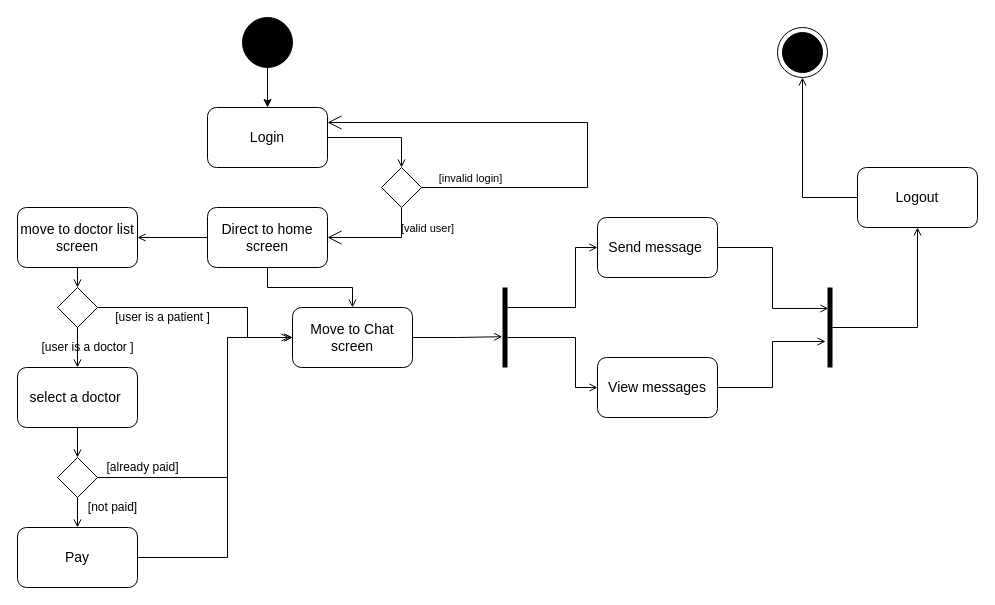
Earlier version of the draw.io diagram page "activity diagram" (14 of 14) of stqa.drawio (MohitBurkule/doctorconnect). Source tidied: cells renumbered, new cells numbered last; positions are measured from the earlier drawing's top-left corner, leaving out a move shared by most shapes. Both pictures are drawn from the tidied source at 100%, with x=0, y=0 at pixel (17, 17).
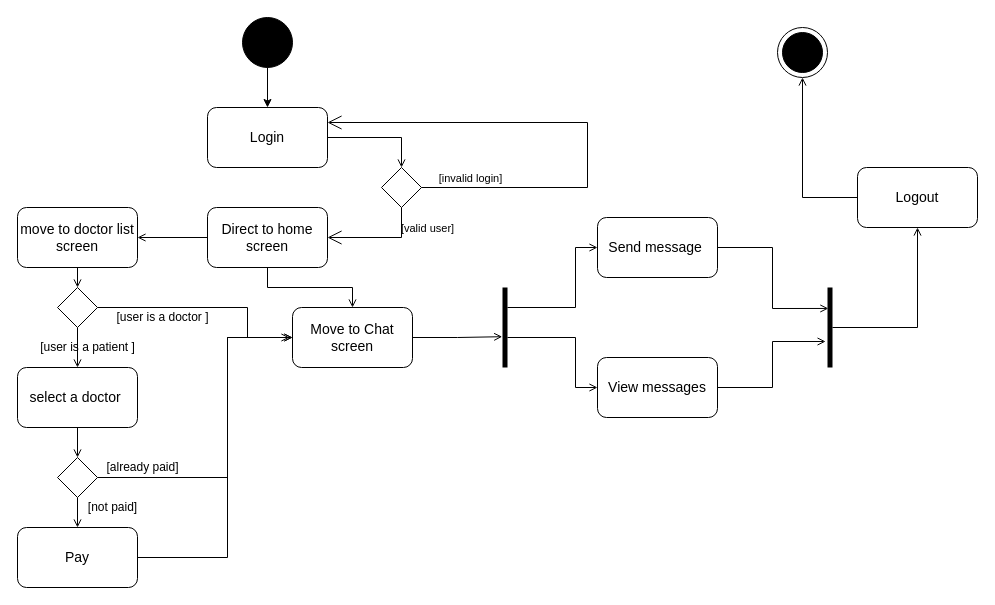
Above is the later version.

Diff of the diagram source:
```diff
@@
-    <mxCell id="42" value="[user is a doctor ]" style="text;html=1;align=center;verticalAlign=middle;" parent="1" vertex="1">
+    <mxCell id="42" value="[user is a patient ]" style="text;html=1;align=center;verticalAlign=middle;" parent="1" vertex="1">
       <mxGeometry x="15" y="320" width="110" height="20" as="geometry" />
     </mxCell>
-    <mxCell id="43" value="[user is a patient ]" style="text;html=1;align=center;verticalAlign=middle;" parent="1" vertex="1">
+    <mxCell id="43" value="[user is a doctor ]" style="text;html=1;align=center;verticalAlign=middle;" parent="1" vertex="1">
       <mxGeometry x="90" y="290" width="110" height="20" as="geometry" />
     </mxCell>
```
